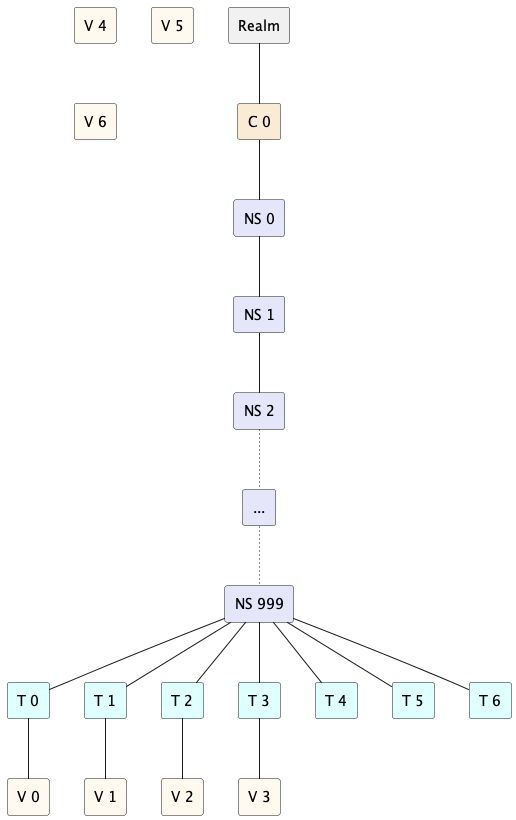
The PlantUML diagram benchmarks/docs/dataset-shape-1-1000-7.png in apache/polaris, before a commit.
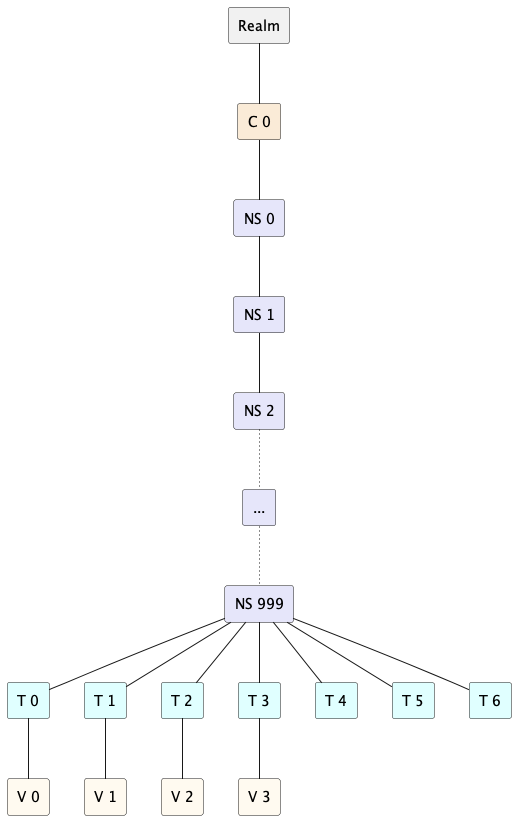
Above is the later version.

Commit message:
Adjust diagrams to match description

What changed in the source:
```diff
@@ -38,9 +38,6 @@
 rectangle "V 1" as V1 #FloralWhite
 rectangle "V 2" as V2 #FloralWhite
 rectangle "V 3" as V3 #FloralWhite
-rectangle "V 4" as V4 #FloralWhite
-rectangle "V 5" as V5 #FloralWhite
-rectangle "V 6" as V6 #FloralWhite
 T0 -- V0
 T1 -- V1
 T2 -- V2
```
